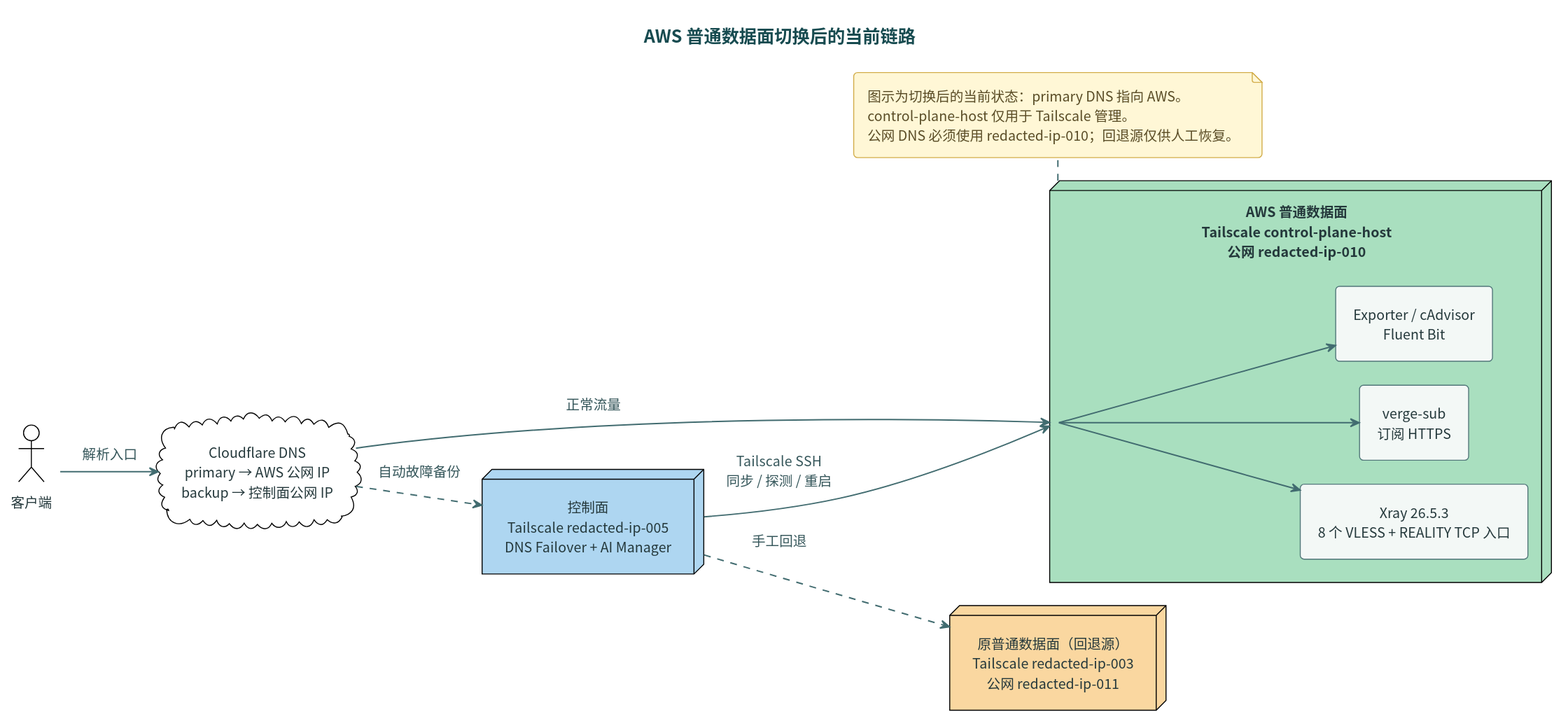
Earlier version of the PlantUML export docs/diagrams/aws-normal-data-plane-migration.svg (i-zrhe2016/ai-routing-panel).
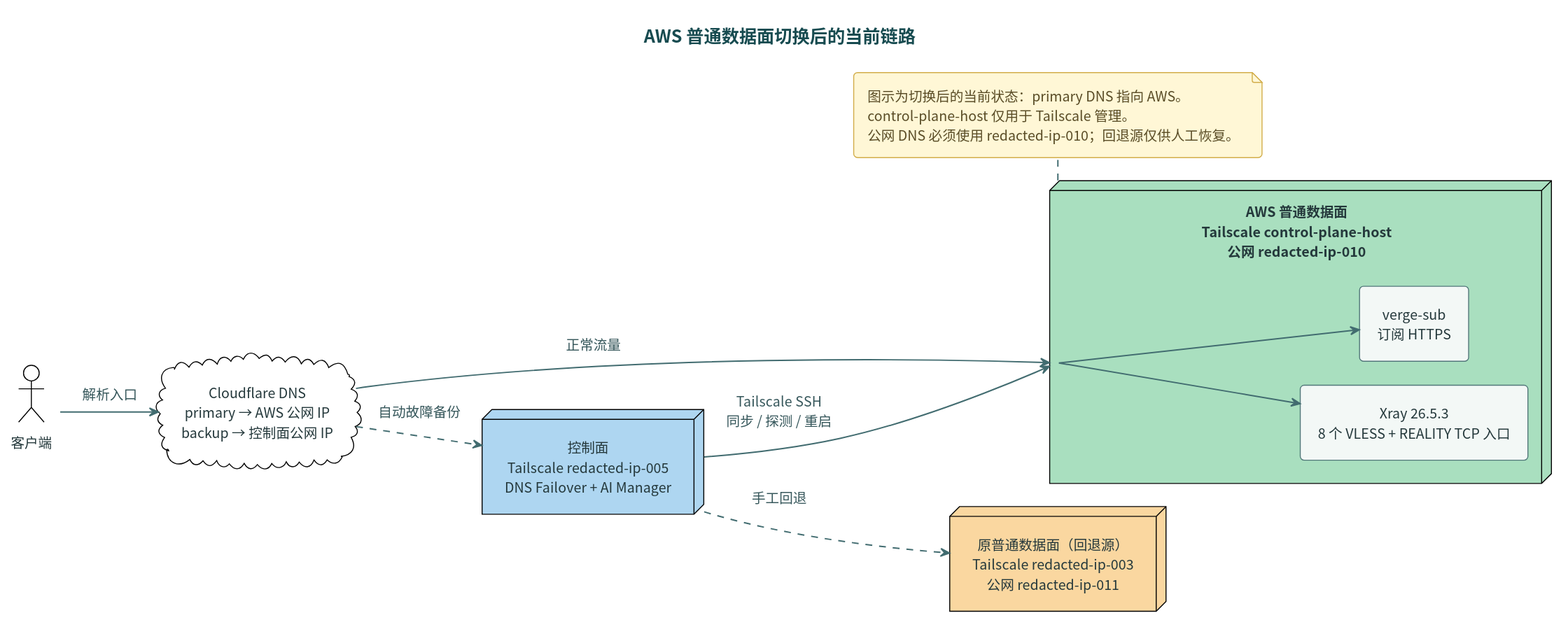
Above is the later version.

What changed in the source:
```diff
@@ -10,7 +10,6 @@
 node "AWS 普通数据面\nTailscale control-plane-host\n公网 redacted-ip-010" as aws #A9DFBF {
   component "Xray 26.5.3\n8 个 VLESS + REALITY TCP 入口" as xray
   component "verge-sub\n订阅 HTTPS" as subscription
-  component "Exporter / cAdvisor\nFluent Bit" as monitoring
 }
 
 node "原普通数据面（回退源）\nTailscale redacted-ip-003\n公网 redacted-ip-011" as old #FAD7A0
@@ -23,7 +22,6 @@
 control ..> old : 手工回退
 aws --> xray
 aws --> subscription
-aws --> monitoring
 
 note bottom of aws
 图示为切换后的当前状态：primary DNS 指向 AWS。
```
